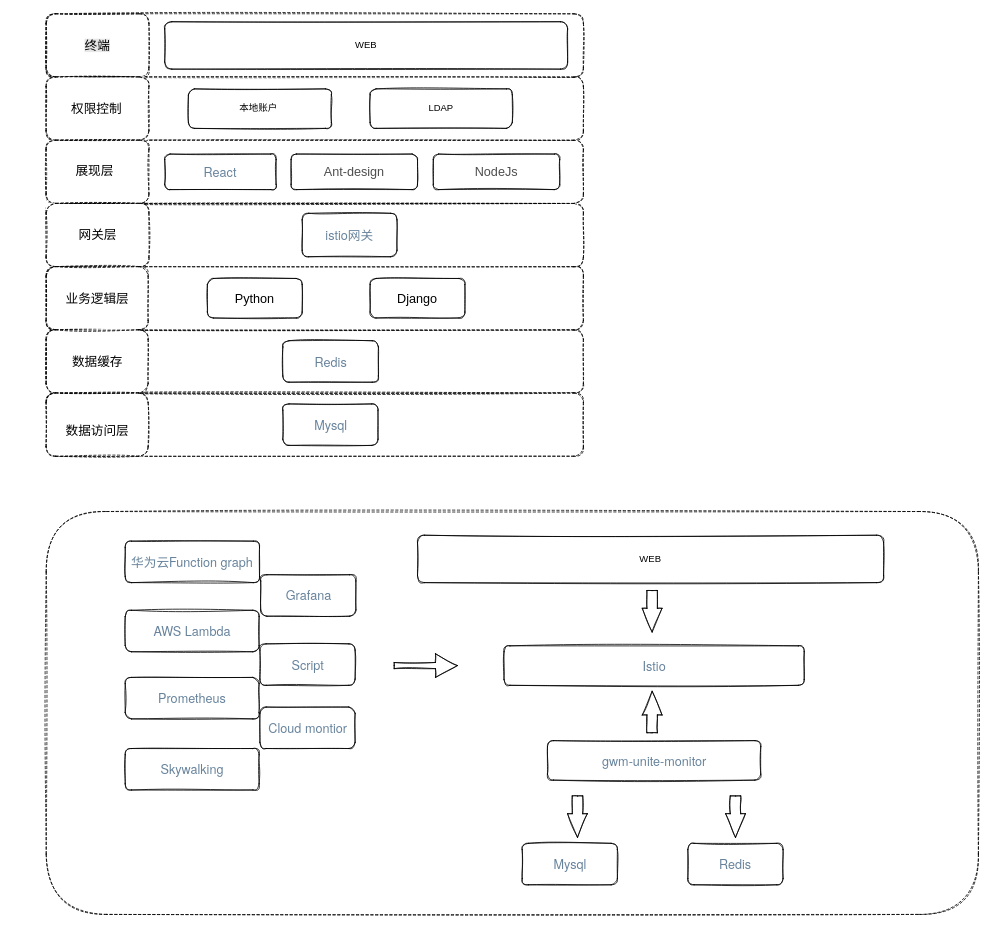
Before: 统一监控.drawio in tengxiao/zabbix-report, a draw.io diagram. Source tidied: cells renumbered, new cells numbered last; positions are measured from the earlier drawing's top-left corner, leaving out a move shared by most shapes. Both pictures are drawn from the tidied source at 79%, with x=0, y=0 at pixel (46, 13).
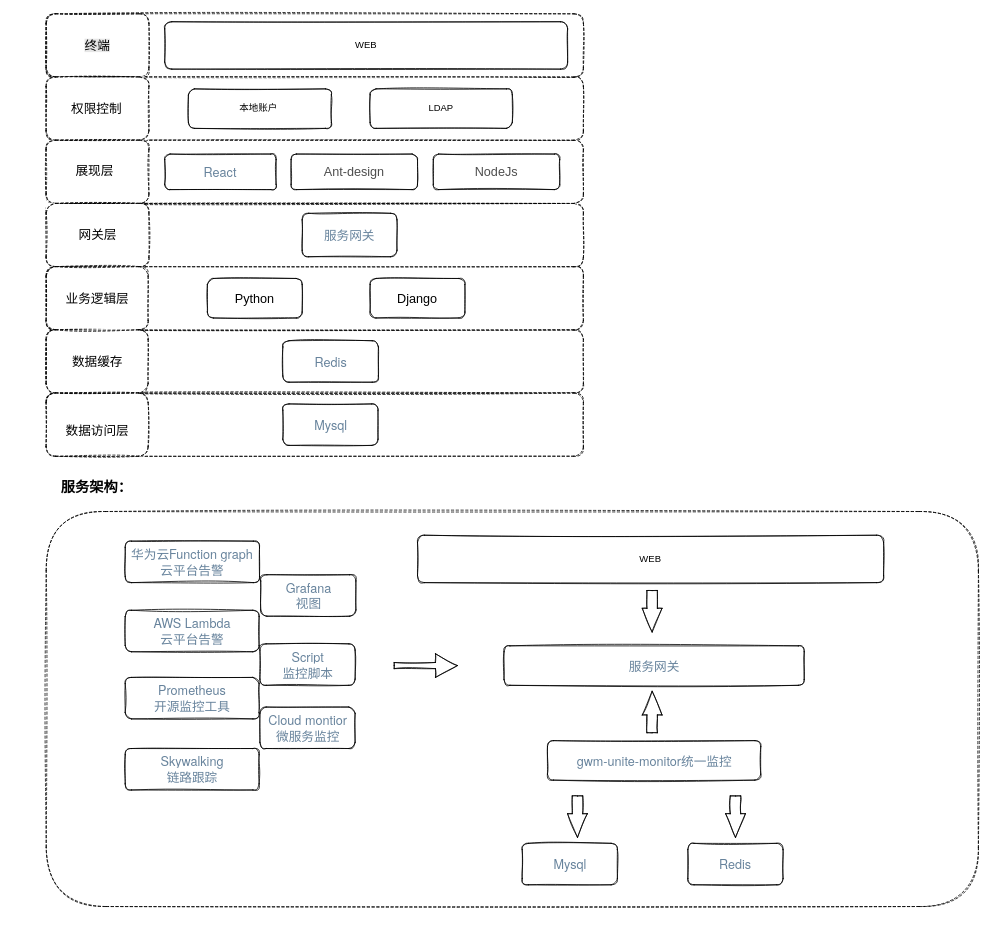
Above is the later version.

Commit message:
更新统一监控.drawio

Change to the diagram source:
```diff
@@
     <mxCell id="2" style="whiteSpace=wrap;html=1;shadow=0;glass=0;dashed=1;sketch=1;rounded=1;" parent="1" vertex="1">
-      <mxGeometry y="630" width="1180" height="510" as="geometry" />
+      <mxGeometry y="630" width="1180" height="500" as="geometry" />
     </mxCell>
@@
-    <mxCell id="15" value="&lt;font color=&quot;#67839c&quot; face=&quot;helvetica neue, helvetica, arial, sans-serif&quot;&gt;&lt;span style=&quot;font-size: 16px ; background-color: rgb(255 , 255 , 255)&quot;&gt;istio网关&lt;/span&gt;&lt;/font&gt;" style="whiteSpace=wrap;html=1;sketch=1;rounded=1;" parent="1" vertex="1">
+    <mxCell id="15" value="&lt;font color=&quot;#67839c&quot; face=&quot;helvetica neue, helvetica, arial, sans-serif&quot;&gt;&lt;span style=&quot;font-size: 16px ; background-color: rgb(255 , 255 , 255)&quot;&gt;服务网关&lt;/span&gt;&lt;/font&gt;" style="whiteSpace=wrap;html=1;sketch=1;rounded=1;" parent="1" vertex="1">
       <mxGeometry x="324" y="252.5" width="120" height="55" as="geometry" />
     </mxCell>
@@
-    <mxCell id="35" value="&lt;font color=&quot;#67839c&quot; face=&quot;helvetica neue, helvetica, arial, sans-serif&quot;&gt;&lt;span style=&quot;font-size: 16px ; background-color: rgb(255 , 255 , 255)&quot;&gt;华为云Function graph&lt;/span&gt;&lt;/font&gt;" style="whiteSpace=wrap;html=1;sketch=1;rounded=1;" parent="1" vertex="1">
+    <mxCell id="35" value="&lt;font color=&quot;#67839c&quot; face=&quot;helvetica neue, helvetica, arial, sans-serif&quot;&gt;&lt;span style=&quot;font-size: 16px ; background-color: rgb(255 , 255 , 255)&quot;&gt;华为云Function graph&lt;br&gt;云平台告警&lt;br&gt;&lt;/span&gt;&lt;/font&gt;" style="whiteSpace=wrap;html=1;sketch=1;rounded=1;" parent="1" vertex="1">
       <mxGeometry x="100" y="667.5" width="170" height="52.5" as="geometry" />
     </mxCell>
-    <mxCell id="36" value="&lt;font color=&quot;#67839c&quot; face=&quot;helvetica neue, helvetica, arial, sans-serif&quot;&gt;&lt;span style=&quot;font-size: 16px ; background-color: rgb(255 , 255 , 255)&quot;&gt;AWS Lambda&lt;/span&gt;&lt;/font&gt;" style="whiteSpace=wrap;html=1;sketch=1;rounded=1;" parent="1" vertex="1">
+    <mxCell id="36" value="&lt;font color=&quot;#67839c&quot; face=&quot;helvetica neue, helvetica, arial, sans-serif&quot;&gt;&lt;span style=&quot;font-size: 16px ; background-color: rgb(255 , 255 , 255)&quot;&gt;AWS Lambda&lt;br&gt;&lt;/span&gt;&lt;/font&gt;&lt;span style=&quot;color: rgb(103 , 131 , 156) ; font-family: &amp;#34;helvetica neue&amp;#34; , &amp;#34;helvetica&amp;#34; , &amp;#34;arial&amp;#34; , sans-serif ; font-size: 16px ; background-color: rgb(255 , 255 , 255)&quot;&gt;云平台告警&lt;/span&gt;&lt;font color=&quot;#67839c&quot; face=&quot;helvetica neue, helvetica, arial, sans-serif&quot;&gt;&lt;span style=&quot;font-size: 16px ; background-color: rgb(255 , 255 , 255)&quot;&gt;&lt;br&gt;&lt;/span&gt;&lt;/font&gt;" style="whiteSpace=wrap;html=1;sketch=1;rounded=1;" parent="1" vertex="1">
       <mxGeometry x="100" y="755" width="169.5" height="52.5" as="geometry" />
     </mxCell>
-    <mxCell id="37" value="&lt;font color=&quot;#67839c&quot; face=&quot;helvetica neue, helvetica, arial, sans-serif&quot;&gt;&lt;span style=&quot;font-size: 16px ; background-color: rgb(255 , 255 , 255)&quot;&gt;Skywalking&lt;/span&gt;&lt;/font&gt;" style="whiteSpace=wrap;html=1;sketch=1;rounded=1;" parent="1" vertex="1">
+    <mxCell id="37" value="&lt;font color=&quot;#67839c&quot; face=&quot;helvetica neue, helvetica, arial, sans-serif&quot;&gt;&lt;span style=&quot;font-size: 16px ; background-color: rgb(255 , 255 , 255)&quot;&gt;Skywalking&lt;br&gt;链路跟踪&lt;br&gt;&lt;/span&gt;&lt;/font&gt;" style="whiteSpace=wrap;html=1;sketch=1;rounded=1;" parent="1" vertex="1">
       <mxGeometry x="100" y="930" width="169.5" height="52.5" as="geometry" />
     </mxCell>
-    <mxCell id="38" value="&lt;font color=&quot;#67839c&quot; face=&quot;helvetica neue, helvetica, arial, sans-serif&quot;&gt;&lt;span style=&quot;font-size: 16px ; background-color: rgb(255 , 255 , 255)&quot;&gt;Prometheus&lt;/span&gt;&lt;/font&gt;" style="whiteSpace=wrap;html=1;sketch=1;rounded=1;" parent="1" vertex="1">
+    <mxCell id="38" value="&lt;font color=&quot;#67839c&quot; face=&quot;helvetica neue, helvetica, arial, sans-serif&quot;&gt;&lt;span style=&quot;font-size: 16px ; background-color: rgb(255 , 255 , 255)&quot;&gt;Prometheus&lt;br&gt;开源监控工具&lt;br&gt;&lt;/span&gt;&lt;/font&gt;" style="whiteSpace=wrap;html=1;sketch=1;rounded=1;" parent="1" vertex="1">
       <mxGeometry x="100" y="840" width="169.5" height="52.5" as="geometry" />
     </mxCell>
-    <mxCell id="39" value="&lt;font color=&quot;#67839c&quot; face=&quot;helvetica neue, helvetica, arial, sans-serif&quot;&gt;&lt;span style=&quot;font-size: 16px ; background-color: rgb(255 , 255 , 255)&quot;&gt;Script&lt;/span&gt;&lt;/font&gt;" style="whiteSpace=wrap;html=1;sketch=1;rounded=1;" parent="1" vertex="1">
+    <mxCell id="39" value="&lt;font color=&quot;#67839c&quot; face=&quot;helvetica neue, helvetica, arial, sans-serif&quot;&gt;&lt;span style=&quot;font-size: 16px ; background-color: rgb(255 , 255 , 255)&quot;&gt;Script&lt;br&gt;监控脚本&lt;br&gt;&lt;/span&gt;&lt;/font&gt;" style="whiteSpace=wrap;html=1;sketch=1;rounded=1;" parent="1" vertex="1">
       <mxGeometry x="270.5" y="797.5" width="120.5" height="52.5" as="geometry" />
     </mxCell>
-    <mxCell id="40" value="&lt;font color=&quot;#67839c&quot; face=&quot;helvetica neue, helvetica, arial, sans-serif&quot;&gt;&lt;span style=&quot;font-size: 16px ; background-color: rgb(255 , 255 , 255)&quot;&gt;Grafana&lt;/span&gt;&lt;/font&gt;" style="whiteSpace=wrap;html=1;sketch=1;rounded=1;" parent="1" vertex="1">
+    <mxCell id="40" value="&lt;font color=&quot;#67839c&quot; face=&quot;helvetica neue, helvetica, arial, sans-serif&quot;&gt;&lt;span style=&quot;font-size: 16px ; background-color: rgb(255 , 255 , 255)&quot;&gt;Grafana&lt;br&gt;视图&lt;br&gt;&lt;/span&gt;&lt;/font&gt;" style="whiteSpace=wrap;html=1;sketch=1;rounded=1;" parent="1" vertex="1">
       <mxGeometry x="271.5" y="710" width="120.5" height="52.5" as="geometry" />
     </mxCell>
-    <mxCell id="41" value="&lt;font color=&quot;#67839c&quot; face=&quot;helvetica neue, helvetica, arial, sans-serif&quot;&gt;&lt;span style=&quot;font-size: 16px ; background-color: rgb(255 , 255 , 255)&quot;&gt;Cloud montior&lt;/span&gt;&lt;/font&gt;" style="whiteSpace=wrap;html=1;sketch=1;rounded=1;" parent="1" vertex="1">
+    <mxCell id="41" value="&lt;font color=&quot;#67839c&quot; face=&quot;helvetica neue, helvetica, arial, sans-serif&quot;&gt;&lt;span style=&quot;font-size: 16px ; background-color: rgb(255 , 255 , 255)&quot;&gt;Cloud montior&lt;br&gt;微服务监控&lt;br&gt;&lt;/span&gt;&lt;/font&gt;" style="whiteSpace=wrap;html=1;sketch=1;rounded=1;" parent="1" vertex="1">
       <mxGeometry x="270.5" y="877.5" width="120.5" height="52.5" as="geometry" />
     </mxCell>
-    <mxCell id="42" value="&lt;font color=&quot;#67839c&quot; face=&quot;helvetica neue, helvetica, arial, sans-serif&quot;&gt;&lt;span style=&quot;background-color: rgb(255 , 255 , 255)&quot;&gt;&lt;span style=&quot;font-size: 16px&quot;&gt;gwm-unite-&lt;/span&gt;&lt;span style=&quot;font-size: 16px&quot;&gt;monitor&lt;/span&gt;&lt;/span&gt;&lt;/font&gt;" style="whiteSpace=wrap;html=1;sketch=1;rounded=1;" parent="1" vertex="1">
+    <mxCell id="42" value="&lt;font color=&quot;#67839c&quot; face=&quot;helvetica neue, helvetica, arial, sans-serif&quot;&gt;&lt;span style=&quot;background-color: rgb(255 , 255 , 255)&quot;&gt;&lt;span style=&quot;font-size: 16px&quot;&gt;gwm-unite-&lt;/span&gt;&lt;span style=&quot;font-size: 16px&quot;&gt;monitor统一监控&lt;/span&gt;&lt;/span&gt;&lt;/font&gt;" style="whiteSpace=wrap;html=1;sketch=1;rounded=1;" parent="1" vertex="1">
       <mxGeometry x="634.5" y="920" width="270" height="50" as="geometry" />
     </mxCell>
-    <mxCell id="43" value="&lt;font color=&quot;#67839c&quot; face=&quot;helvetica neue, helvetica, arial, sans-serif&quot;&gt;&lt;span style=&quot;font-size: 16px ; background-color: rgb(255 , 255 , 255)&quot;&gt;Istio&lt;/span&gt;&lt;/font&gt;" style="whiteSpace=wrap;html=1;sketch=1;rounded=1;" parent="1" vertex="1">
+    <mxCell id="43" value="&lt;font color=&quot;#67839c&quot; face=&quot;helvetica neue, helvetica, arial, sans-serif&quot;&gt;&lt;span style=&quot;font-size: 16px ; background-color: rgb(255 , 255 , 255)&quot;&gt;服务网关&lt;/span&gt;&lt;/font&gt;" style="whiteSpace=wrap;html=1;sketch=1;rounded=1;" parent="1" vertex="1">
       <mxGeometry x="579.5" y="800" width="380" height="50" as="geometry" />
     </mxCell>
@@
+    <mxCell id="52" value="&lt;font style=&quot;font-size: 18px&quot;&gt;&lt;b&gt;服务架构：&lt;/b&gt;&lt;/font&gt;" style="text;html=1;strokeColor=none;fillColor=none;align=center;verticalAlign=middle;whiteSpace=wrap;rounded=0;shadow=0;glass=0;dashed=1;sketch=1;" parent="1" vertex="1">
+      <mxGeometry x="-41" y="580" width="210" height="40" as="geometry" />
+    </mxCell>
```
